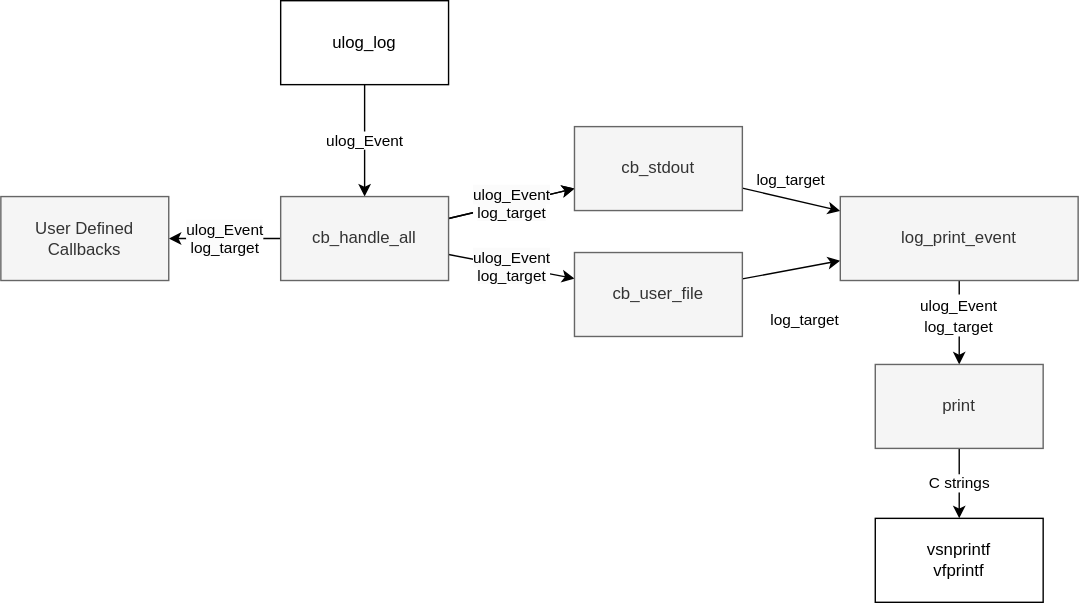
an-dr/microlog keeps this draw.io diagram as doc/design/design.drawio.svg. Above is the earlier version. Source tidied: cells renumbered, new cells last; positions are measured from the earlier drawing's top-left corner, leaving out a move shared by most shapes.
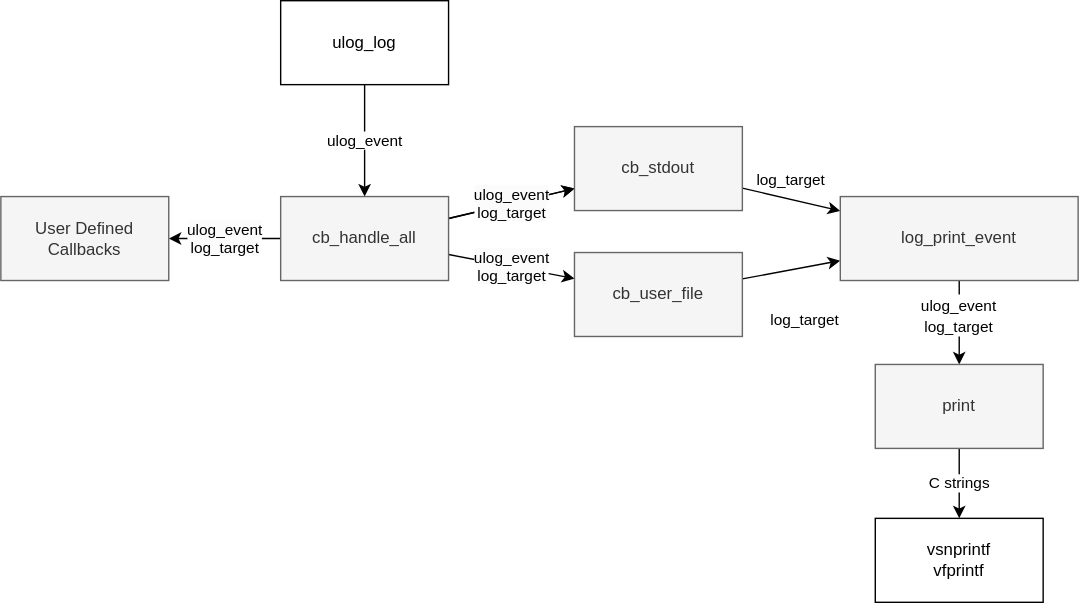
The same file after the commit.

The edit, as a diff of the source:
```diff
@@ -2,7 +2,7 @@
   <root>
     <mxCell id="0" />
     <mxCell id="1" parent="0" />
-    <mxCell id="2" value="ulog_Event" style="edgeStyle=none;html=1;" parent="1" edge="1" source="3" target="8">
+    <mxCell id="2" value="ulog_event" style="edgeStyle=none;html=1;" parent="1" edge="1" source="3" target="8">
       <mxGeometry relative="1" as="geometry" />
     </mxCell>
     <mxCell id="3" value="ulog_log" style="rounded=0;whiteSpace=wrap;html=1;" parent="1" vertex="1">
@@ -11,13 +11,13 @@
     <mxCell id="4" style="edgeStyle=none;html=1;" parent="1" edge="1" source="8" target="10">
       <mxGeometry relative="1" as="geometry" />
     </mxCell>
-    <mxCell id="5" value="&lt;font style=&quot;font-size: 12px; text-wrap-mode: wrap; background-color: rgb(251, 251, 251);&quot;&gt;&lt;span style=&quot;font-size: 11px; text-wrap-mode: nowrap;&quot;&gt;ulog_Event&lt;/span&gt;&lt;/font&gt;&lt;br style=&quot;font-size: 12px; text-wrap-mode: wrap; background-color: rgb(251, 251, 251);&quot;&gt;&lt;span style=&quot;background-color: rgb(251, 251, 251);&quot;&gt;log_target&lt;/span&gt;" style="edgeStyle=none;html=1;" parent="1" edge="1" source="8" target="10">
+    <mxCell id="5" value="&lt;font style=&quot;font-size: 12px; text-wrap-mode: wrap; background-color: rgb(251, 251, 251);&quot;&gt;&lt;span style=&quot;font-size: 11px; text-wrap-mode: nowrap;&quot;&gt;ulog_event&lt;/span&gt;&lt;/font&gt;&lt;br style=&quot;font-size: 12px; text-wrap-mode: wrap; background-color: rgb(251, 251, 251);&quot;&gt;&lt;span style=&quot;background-color: rgb(251, 251, 251);&quot;&gt;log_target&lt;/span&gt;" style="edgeStyle=none;html=1;" parent="1" edge="1" source="8" target="10">
       <mxGeometry relative="1" as="geometry" />
     </mxCell>
-    <mxCell id="6" value="&lt;font style=&quot;font-size: 12px; text-wrap-mode: wrap; background-color: rgb(251, 251, 251);&quot;&gt;&lt;span style=&quot;font-size: 11px; text-wrap-mode: nowrap;&quot;&gt;ulog_Event&lt;/span&gt;&lt;/font&gt;&lt;br style=&quot;font-size: 12px; text-wrap-mode: wrap; background-color: rgb(251, 251, 251);&quot;&gt;&lt;span style=&quot;background-color: rgb(251, 251, 251);&quot;&gt;log_target&lt;/span&gt;" style="edgeStyle=none;html=1;" parent="1" edge="1" source="8" target="12">
+    <mxCell id="6" value="&lt;font style=&quot;font-size: 12px; text-wrap-mode: wrap; background-color: rgb(251, 251, 251);&quot;&gt;&lt;span style=&quot;font-size: 11px; text-wrap-mode: nowrap;&quot;&gt;ulog_event&lt;/span&gt;&lt;/font&gt;&lt;br style=&quot;font-size: 12px; text-wrap-mode: wrap; background-color: rgb(251, 251, 251);&quot;&gt;&lt;span style=&quot;background-color: rgb(251, 251, 251);&quot;&gt;log_target&lt;/span&gt;" style="edgeStyle=none;html=1;" parent="1" edge="1" source="8" target="12">
       <mxGeometry relative="1" as="geometry" />
     </mxCell>
-    <mxCell id="7" value="&lt;font style=&quot;text-wrap-mode: wrap; font-size: 12px; background-color: rgb(251, 251, 251);&quot;&gt;&lt;span style=&quot;font-size: 11px; text-wrap-mode: nowrap;&quot;&gt;ulog_Event&lt;/span&gt;&lt;/font&gt;&lt;br style=&quot;text-wrap-mode: wrap; font-size: 12px; background-color: rgb(251, 251, 251);&quot;&gt;&lt;span style=&quot;background-color: rgb(251, 251, 251);&quot;&gt;log_target&lt;/span&gt;" style="edgeStyle=none;html=1;" parent="1" edge="1" source="8" target="13">
+    <mxCell id="7" value="&lt;font style=&quot;text-wrap-mode: wrap; font-size: 12px; background-color: rgb(251, 251, 251);&quot;&gt;&lt;span style=&quot;font-size: 11px; text-wrap-mode: nowrap;&quot;&gt;ulog_event&lt;/span&gt;&lt;/font&gt;&lt;br style=&quot;text-wrap-mode: wrap; font-size: 12px; background-color: rgb(251, 251, 251);&quot;&gt;&lt;span style=&quot;background-color: rgb(251, 251, 251);&quot;&gt;log_target&lt;/span&gt;" style="edgeStyle=none;html=1;" parent="1" edge="1" source="8" target="13">
       <mxGeometry relative="1" as="geometry" />
     </mxCell>
     <mxCell id="8" value="cb_handle_all" style="rounded=0;whiteSpace=wrap;html=1;fillColor=#f5f5f5;fontColor=#333333;strokeColor=#666666;" parent="1" vertex="1">
@@ -53,13 +53,13 @@
     <mxCell id="18" value="vsnprintf&lt;div&gt;vfprintf&lt;/div&gt;" style="whiteSpace=wrap;html=1;rounded=0;" parent="1" vertex="1">
       <mxGeometry x="625" y="370" width="120" height="60" as="geometry" />
     </mxCell>
-    <mxCell id="19" value="&lt;span style=&quot;orphans: 2; text-indent: 0px; widows: 2; text-decoration-thickness: initial; text-decoration-style: initial; text-decoration-color: initial; float: none; color: rgb(0, 0, 0); display: inline !important;&quot;&gt;&lt;font color=&quot;rgba(0, 0, 0, 0)&quot;&gt;&lt;span style=&quot;font-size: 11px; text-wrap-mode: nowrap;&quot;&gt;ulog_Event&lt;/span&gt;&lt;/font&gt;&lt;br&gt;&lt;span style=&quot;font-size: 11px; text-wrap-mode: nowrap;&quot;&gt;log_target&lt;/span&gt;&lt;/span&gt;" style="text;whiteSpace=wrap;html=1;align=center;verticalAlign=middle;labelBackgroundColor=none;" parent="1" vertex="1">
+    <mxCell id="19" value="&lt;span style=&quot;orphans: 2; text-indent: 0px; widows: 2; text-decoration-thickness: initial; text-decoration-style: initial; text-decoration-color: initial; float: none; color: rgb(0, 0, 0); display: inline !important;&quot;&gt;&lt;font color=&quot;rgba(0, 0, 0, 0)&quot;&gt;&lt;span style=&quot;font-size: 11px; text-wrap-mode: nowrap;&quot;&gt;ulog_event&lt;/span&gt;&lt;/font&gt;&lt;br&gt;&lt;span style=&quot;font-size: 11px; text-wrap-mode: nowrap;&quot;&gt;log_target&lt;/span&gt;&lt;/span&gt;" style="text;whiteSpace=wrap;html=1;align=center;verticalAlign=middle;labelBackgroundColor=none;" parent="1" vertex="1">
       <mxGeometry x="520" y="100" width="90" height="40" as="geometry" />
     </mxCell>
-    <mxCell id="20" value="&lt;span style=&quot;orphans: 2; text-indent: 0px; widows: 2; text-decoration-thickness: initial; text-decoration-style: initial; text-decoration-color: initial; float: none; display: inline !important;&quot;&gt;&lt;font&gt;&lt;span style=&quot;font-size: 11px; text-wrap-mode: nowrap;&quot;&gt;ulog_Event&lt;/span&gt;&lt;/font&gt;&lt;br&gt;&lt;span style=&quot;font-size: 11px; text-wrap-mode: nowrap;&quot;&gt;log_target&lt;/span&gt;&lt;/span&gt;" style="text;whiteSpace=wrap;html=1;align=center;verticalAlign=middle;fontColor=default;fillColor=default;labelBackgroundColor=none;" parent="1" vertex="1">
+    <mxCell id="20" value="&lt;span style=&quot;orphans: 2; text-indent: 0px; widows: 2; text-decoration-thickness: initial; text-decoration-style: initial; text-decoration-color: initial; float: none; display: inline !important;&quot;&gt;&lt;font&gt;&lt;span style=&quot;font-size: 11px; text-wrap-mode: nowrap;&quot;&gt;ulog_event&lt;/span&gt;&lt;/font&gt;&lt;br&gt;&lt;span style=&quot;font-size: 11px; text-wrap-mode: nowrap;&quot;&gt;log_target&lt;/span&gt;&lt;/span&gt;" style="text;whiteSpace=wrap;html=1;align=center;verticalAlign=middle;fontColor=default;fillColor=default;labelBackgroundColor=none;" parent="1" vertex="1">
       <mxGeometry x="640" y="210" width="90" height="30" as="geometry" />
     </mxCell>
-    <mxCell id="21" value="&lt;span style=&quot;orphans: 2; text-indent: 0px; widows: 2; text-decoration-thickness: initial; text-decoration-style: initial; text-decoration-color: initial; float: none; color: rgb(0, 0, 0); display: inline !important;&quot;&gt;&lt;font color=&quot;rgba(0, 0, 0, 0)&quot;&gt;&lt;span style=&quot;font-size: 11px; text-wrap-mode: nowrap;&quot;&gt;ulog_Event&lt;/span&gt;&lt;/font&gt;&lt;br&gt;&lt;span style=&quot;font-size: 11px; text-wrap-mode: nowrap;&quot;&gt;log_target&lt;/span&gt;&lt;/span&gt;" style="text;whiteSpace=wrap;html=1;align=center;verticalAlign=middle;labelBackgroundColor=none;" parent="1" vertex="1">
+    <mxCell id="21" value="&lt;span style=&quot;orphans: 2; text-indent: 0px; widows: 2; text-decoration-thickness: initial; text-decoration-style: initial; text-decoration-color: initial; float: none; color: rgb(0, 0, 0); display: inline !important;&quot;&gt;&lt;font color=&quot;rgba(0, 0, 0, 0)&quot;&gt;&lt;span style=&quot;font-size: 11px; text-wrap-mode: nowrap;&quot;&gt;ulog_event&lt;/span&gt;&lt;/font&gt;&lt;br&gt;&lt;span style=&quot;font-size: 11px; text-wrap-mode: nowrap;&quot;&gt;log_target&lt;/span&gt;&lt;/span&gt;" style="text;whiteSpace=wrap;html=1;align=center;verticalAlign=middle;labelBackgroundColor=none;" parent="1" vertex="1">
       <mxGeometry x="530" y="200" width="90" height="40" as="geometry" />
     </mxCell>
   </root>
```
